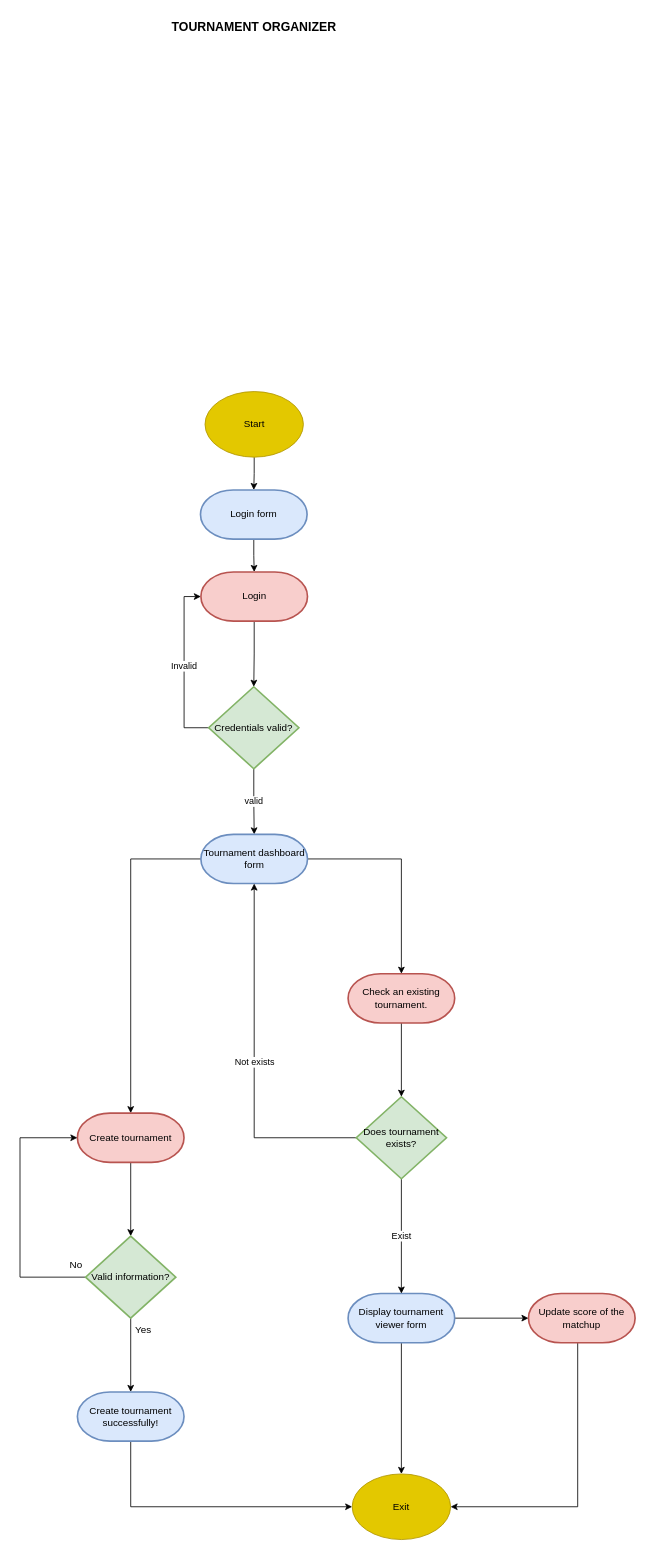
Above: page "Page-1" (1 of 2) of Do An/Báo cáo giữa kì/User flow diagram.drawio in LapTrinhMangProject/NT106.N22.Group10 (draw.io), before the change. Source tidied: cells renumbered, new cells numbered last; positions are measured from the earlier drawing's top-left corner, leaving out a move shared by most shapes. Both pictures are drawn from the tidied source at 82%, with x=0, y=0 at pixel (20, 14).
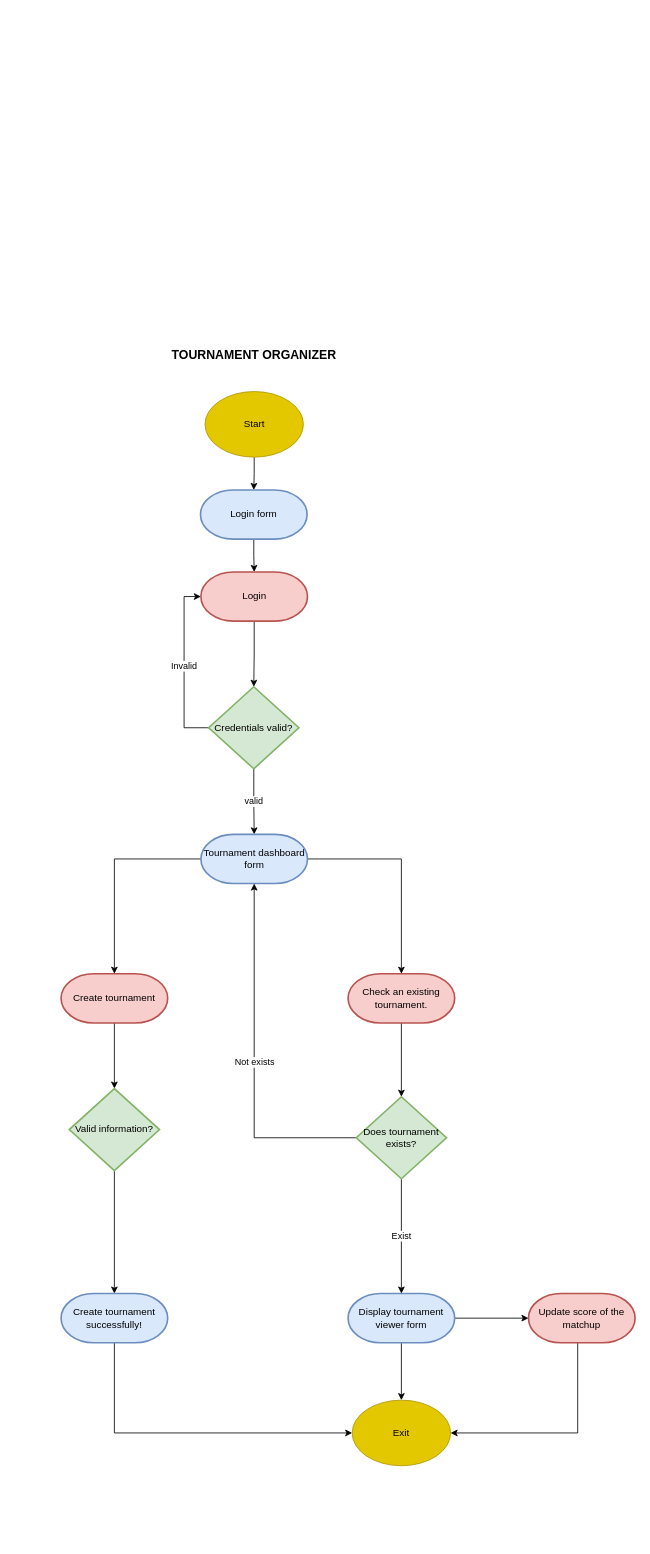
Above is the later version.

Commit message (it also covers changes not shown here):
Đơn giản hóa User flow diagram: chỉnh lại 1 chút cho dễ nhìn

Unchanged cells that the change refers to:
```xml
<mxCell id="33" value="Update score of the matchup" style="strokeWidth=2;html=1;shape=mxgraph.flowchart.terminator;whiteSpace=wrap;fillColor=#f8cecc;strokeColor=#b85450;" parent="1" vertex="1">
  <mxGeometry x="620" y="1560" width="130" height="60" as="geometry" />
</mxCell>
```

Diff of the diagram source:
```diff
@@
     <mxCell id="2" value="&lt;span style=&quot;font-size: 15px;&quot;&gt;&lt;b&gt;TOURNAMENT ORGANIZER&lt;/b&gt;&lt;/span&gt;" style="text;whiteSpace=wrap;html=1;align=center;" parent="1" vertex="1">
-      <mxGeometry x="158" width="255" height="40" as="geometry" />
+      <mxGeometry x="158" y="400" width="255" height="40" as="geometry" />
     </mxCell>
@@
     <mxCell id="10" value="Create tournament" style="strokeWidth=2;html=1;shape=mxgraph.flowchart.terminator;whiteSpace=wrap;fillColor=#f8cecc;strokeColor=#b85450;" parent="1" vertex="1">
-      <mxGeometry x="69.9" y="1340" width="130" height="60" as="geometry" />
+      <mxGeometry x="50" y="1170" width="130" height="60" as="geometry" />
     </mxCell>
-    <mxCell id="11" style="edgeStyle=orthogonalEdgeStyle;rounded=0;jettySize=auto;html=1;exitX=0.5;exitY=1;exitDx=0;exitDy=0;exitPerimeter=0;" parent="1" edge="1" source="13" target="15">
+    <mxCell id="11" style="edgeStyle=orthogonalEdgeStyle;rounded=0;jettySize=auto;html=1;entryX=0.5;entryY=0;entryDx=0;entryDy=0;entryPerimeter=0;" parent="1" edge="1" source="13" target="15">
       <mxGeometry relative="1" as="geometry" />
     </mxCell>
-    <mxCell id="12" style="edgeStyle=orthogonalEdgeStyle;rounded=0;jettySize=auto;html=1;exitX=0;exitY=0.5;exitDx=0;exitDy=0;exitPerimeter=0;entryX=0;entryY=0.5;entryDx=0;entryDy=0;entryPerimeter=0;" parent="1" edge="1" source="13" target="10">
-      <mxGeometry relative="1" as="geometry">
-        <Array as="points">
-          <mxPoint x="-0.1" y="1540" />
-          <mxPoint x="-0.1" y="1370" />
-        </Array>
-      </mxGeometry>
-    </mxCell>
     <mxCell id="13" value="Valid information?" style="strokeWidth=2;html=1;shape=mxgraph.flowchart.decision;whiteSpace=wrap;fillColor=#d5e8d4;strokeColor=#82b366;" parent="1" vertex="1">
-      <mxGeometry x="79.9" y="1490" width="110" height="100" as="geometry" />
+      <mxGeometry x="60" y="1310" width="110" height="100" as="geometry" />
     </mxCell>
@@
     <mxCell id="15" value="Create tournament successfully!" style="strokeWidth=2;html=1;shape=mxgraph.flowchart.terminator;whiteSpace=wrap;fillColor=#dae8fc;strokeColor=#6c8ebf;" parent="1" vertex="1">
-      <mxGeometry x="69.9" y="1680" width="130" height="60" as="geometry" />
+      <mxGeometry x="50" y="1560" width="130" height="60" as="geometry" />
     </mxCell>
-    <mxCell id="16" value="Yes" style="text;html=1;align=center;verticalAlign=middle;strokeColor=none;fillColor=none;" parent="1" vertex="1">
-      <mxGeometry x="129.9" y="1590" width="40" height="30" as="geometry" />
-    </mxCell>
@@
-    <mxCell id="23" value="No" style="text;html=1;align=center;verticalAlign=middle;strokeColor=none;fillColor=none;" parent="1" vertex="1">
-      <mxGeometry x="47.9" y="1510" width="40" height="30" as="geometry" />
-    </mxCell>
@@
     <mxCell id="32" style="edgeStyle=orthogonalEdgeStyle;rounded=0;jettySize=auto;html=1;entryX=1;entryY=0.5;entryDx=0;entryDy=0;" parent="1" edge="1" source="33" target="34">
       <mxGeometry relative="1" as="geometry">
         <Array as="points">
-          <mxPoint x="680" y="1820" />
+          <mxPoint x="680" y="1730" />
         </Array>
       </mxGeometry>
     </mxCell>
@@
     <mxCell id="34" value="Exit" style="ellipse;whiteSpace=wrap;html=1;fillColor=#e3c800;fontColor=#000000;strokeColor=#B09500;" parent="1" vertex="1">
-      <mxGeometry x="405" y="1780" width="120" height="80" as="geometry" />
+      <mxGeometry x="405" y="1690" width="120" height="80" as="geometry" />
     </mxCell>
```
